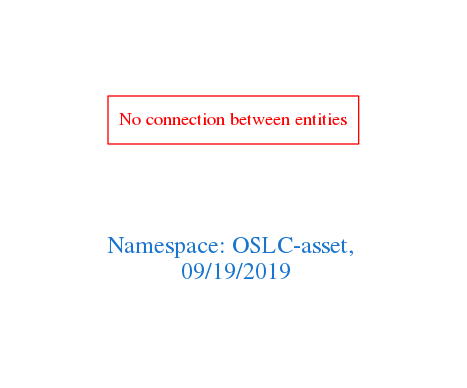
Before: downloads/OSLC-asset.png, a diagram exported from Graphviz (arago/OGIT). Its source is kept beside it as downloads/OSLC-asset.dot.
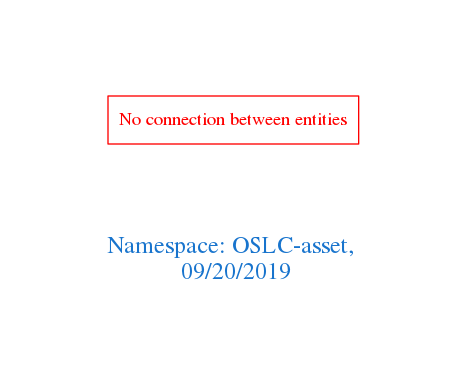
After the commit.

Change to the diagram source:
```diff
@@ -1,7 +1,7 @@
 digraph OGIT_ontology {
  graph [ rankdir= LR,pad=1
 fontsize = 18,
-fontcolor= dodgerblue3,label = "\n\n\nNamespace: OSLC-asset, \n 09/19/2019"];
+fontcolor= dodgerblue3,label = "\n\n\nNamespace: OSLC-asset, \n 09/20/2019"];
 node[shape=polygon];
 edge [  color="gray81"];
 
```
